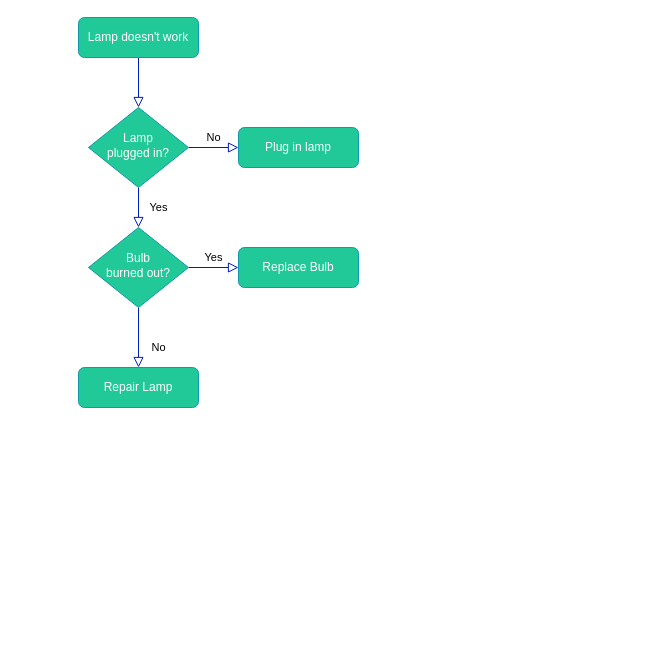
The draw.io diagram trigger_action.drawio in 2pc/mydrawio, before the edit. Source tidied: cells renumbered, new cells numbered last; positions are measured from the earlier drawing's top-left corner, leaving out a move shared by most shapes. Both pictures are drawn from the tidied source at 100%, with x=0, y=0 at pixel (78, 17).
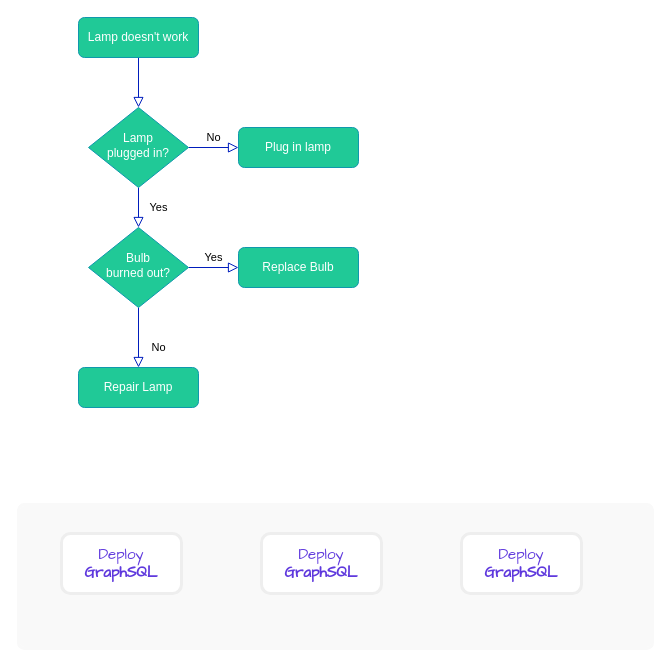
The same page after the edit.

Change to the diagram source:
```diff
@@
 <mxGraphModel>
   <root>
     <mxCell id="0" />
     <mxCell id="1" parent="0" />
     <mxCell id="2" style="rounded=0;html=1;jettySize=auto;fontSize=11;endArrow=block;endFill=0;endSize=8;strokeWidth=1;shadow=0;labelBackgroundColor=none;edgeStyle=orthogonalEdgeStyle;fillColor=#0050ef;strokeColor=#001DBC;" parent="1" edge="1" source="3" target="6">
       <mxGeometry relative="1" as="geometry" />
     </mxCell>
     <mxCell id="3" value="Lamp doesn't work" style="rounded=1;whiteSpace=wrap;html=1;fontSize=12;glass=0;strokeWidth=1;shadow=0;fillColor=#20C997;strokeColor=#1098AD;fontColor=#ffffff;" parent="1" vertex="1">
       <mxGeometry width="120" height="40" as="geometry" />
     </mxCell>
     <mxCell id="4" value="Yes" style="rounded=0;html=1;jettySize=auto;fontSize=11;endArrow=block;endFill=0;endSize=8;strokeWidth=1;shadow=0;labelBackgroundColor=none;edgeStyle=orthogonalEdgeStyle;fillColor=#0050ef;strokeColor=#001DBC;" parent="1" edge="1" source="6" target="10">
       <mxGeometry y="20" relative="1" as="geometry" />
     </mxCell>
     <mxCell id="5" value="No" style="edgeStyle=orthogonalEdgeStyle;rounded=0;html=1;jettySize=auto;fontSize=11;endArrow=block;endFill=0;endSize=8;strokeWidth=1;shadow=0;labelBackgroundColor=none;fillColor=#0050ef;strokeColor=#001DBC;" parent="1" edge="1" source="6" target="7">
       <mxGeometry y="10" relative="1" as="geometry" />
     </mxCell>
     <mxCell id="6" value="Lamp&lt;br&gt;plugged in?" style="rhombus;whiteSpace=wrap;html=1;shadow=0;fontFamily=Helvetica;fontSize=12;align=center;strokeWidth=1;spacing=6;spacingTop=-4;fillColor=#20C997;strokeColor=#1098AD;fontColor=#ffffff;" parent="1" vertex="1">
       <mxGeometry x="10" y="90" width="100" height="80" as="geometry" />
     </mxCell>
     <mxCell id="7" value="Plug in lamp" style="rounded=1;whiteSpace=wrap;html=1;fontSize=12;glass=0;strokeWidth=1;shadow=0;fillColor=#20C997;strokeColor=#1098AD;fontColor=#ffffff;" parent="1" vertex="1">
       <mxGeometry x="160" y="110" width="120" height="40" as="geometry" />
     </mxCell>
     <mxCell id="8" value="No" style="rounded=0;html=1;jettySize=auto;fontSize=11;endArrow=block;endFill=0;endSize=8;strokeWidth=1;shadow=0;labelBackgroundColor=none;edgeStyle=orthogonalEdgeStyle;fillColor=#0050ef;strokeColor=#001DBC;" parent="1" edge="1" source="10" target="11">
       <mxGeometry x="0.33" y="20" relative="1" as="geometry" />
     </mxCell>
     <mxCell id="9" value="Yes" style="edgeStyle=orthogonalEdgeStyle;rounded=0;html=1;jettySize=auto;fontSize=11;endArrow=block;endFill=0;endSize=8;strokeWidth=1;shadow=0;labelBackgroundColor=none;fillColor=#0050ef;strokeColor=#001DBC;" parent="1" edge="1" source="10" target="12">
       <mxGeometry y="10" relative="1" as="geometry" />
     </mxCell>
     <mxCell id="10" value="Bulb&lt;br&gt;burned out?" style="rhombus;whiteSpace=wrap;html=1;shadow=0;fontFamily=Helvetica;fontSize=12;align=center;strokeWidth=1;spacing=6;spacingTop=-4;fillColor=#20C997;strokeColor=#1098AD;fontColor=#ffffff;" parent="1" vertex="1">
       <mxGeometry x="10" y="210" width="100" height="80" as="geometry" />
     </mxCell>
     <mxCell id="11" value="Repair Lamp" style="rounded=1;whiteSpace=wrap;html=1;fontSize=12;glass=0;strokeWidth=1;shadow=0;fillColor=#20C997;strokeColor=#1098AD;fontColor=#ffffff;" parent="1" vertex="1">
       <mxGeometry y="350" width="120" height="40" as="geometry" />
     </mxCell>
     <mxCell id="12" value="Replace Bulb" style="rounded=1;whiteSpace=wrap;html=1;fontSize=12;glass=0;strokeWidth=1;shadow=0;fillColor=#20C997;strokeColor=#1098AD;fontColor=#ffffff;" parent="1" vertex="1">
       <mxGeometry x="160" y="230" width="120" height="40" as="geometry" />
     </mxCell>
+    <mxCell id="13" style="rounded=1;whiteSpace=wrap;html=1;fillColor=#F9F9F9;arcSize=4;shadow=0;strokeWidth=3;strokeColor=#F9F9F9;" parent="1" vertex="1">
+      <mxGeometry x="-60" y="487" width="634" height="144" as="geometry" />
+    </mxCell>
+    <mxCell id="14" value="&lt;font style=&quot;font-size: 15px&quot; face=&quot;Comic Sans MS&quot;&gt;&lt;span&gt;&lt;span&gt;&lt;span style=&quot;font-weight: normal&quot;&gt;Deploy&lt;/span&gt;&lt;br&gt;GraphSQL&lt;br&gt;&lt;/span&gt;&lt;/span&gt;&lt;/font&gt;" style="rounded=1;whiteSpace=wrap;html=1;shadow=0;strokeWidth=3;fillColor=#FFFFFF;strokeColor=#EEEEEE;fontColor=#5F39DD;fontStyle=1;gradientColor=#ffffff;" parent="1" vertex="1">
+      <mxGeometry x="-17" y="516" width="120" height="60" as="geometry" />
+    </mxCell>
+    <mxCell id="15" value="&lt;font style=&quot;font-size: 15px&quot; face=&quot;Comic Sans MS&quot;&gt;&lt;span&gt;&lt;span&gt;&lt;span style=&quot;font-weight: normal&quot;&gt;Deploy&lt;/span&gt;&lt;br&gt;GraphSQL&lt;br&gt;&lt;/span&gt;&lt;/span&gt;&lt;/font&gt;" style="rounded=1;whiteSpace=wrap;html=1;shadow=0;strokeWidth=3;fillColor=#FFFFFF;strokeColor=#EEEEEE;fontColor=#5F39DD;fontStyle=1;gradientColor=#ffffff;" parent="1" vertex="1">
+      <mxGeometry x="183" y="516" width="120" height="60" as="geometry" />
+    </mxCell>
+    <mxCell id="16" value="&lt;font style=&quot;font-size: 15px&quot; face=&quot;Comic Sans MS&quot;&gt;&lt;span&gt;&lt;span&gt;&lt;span style=&quot;font-weight: normal&quot;&gt;Deploy&lt;/span&gt;&lt;br&gt;GraphSQL&lt;br&gt;&lt;/span&gt;&lt;/span&gt;&lt;/font&gt;" style="rounded=1;whiteSpace=wrap;html=1;shadow=0;strokeWidth=3;fillColor=#FFFFFF;strokeColor=#EEEEEE;fontColor=#5F39DD;fontStyle=1;gradientColor=#ffffff;" parent="1" vertex="1">
+      <mxGeometry x="383" y="516" width="120" height="60" as="geometry" />
+    </mxCell>
   </root>
 </mxGraphModel>
```
